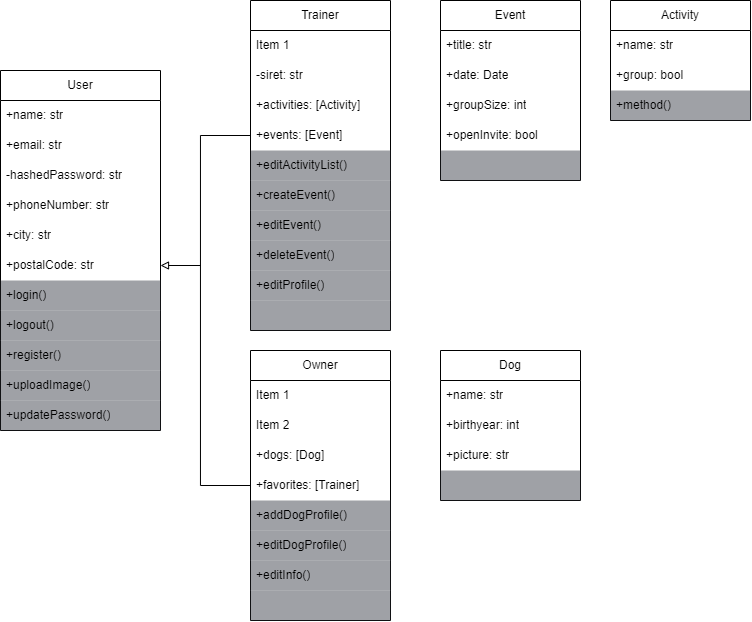
WildCodeSchool/cdajs-2405-projet-la-meute keeps this draw.io diagram as Ressources/UML diagrams/class.png. Above is the earlier version. Source tidied: cells renumbered, new cells last; positions are measured from the earlier drawing's top-left corner, leaving out a move shared by most shapes.
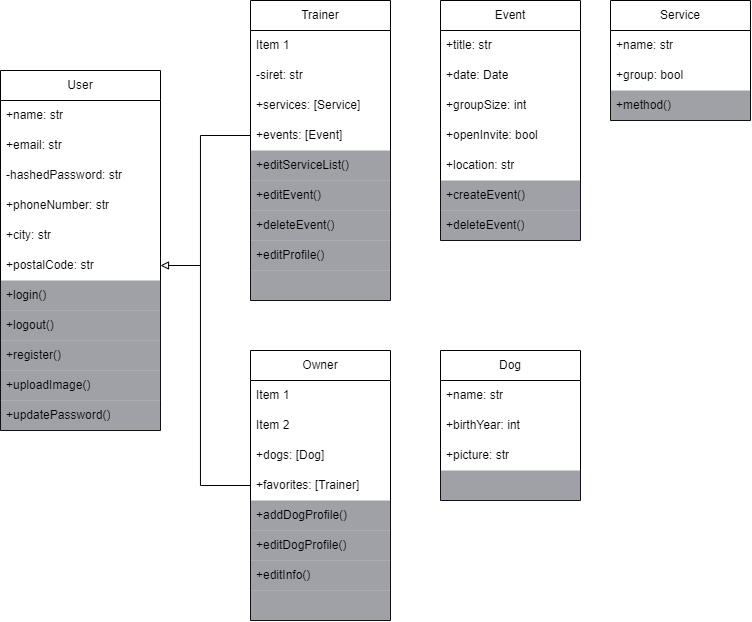
Later version of the same file.

Commit message:
uml class diagram wip

The edit, as a diff of the source:
```diff
@@ -47,7 +47,7 @@
       </mxGeometry>
     </mxCell>
     <mxCell id="15" value="Trainer" style="swimlane;fontStyle=0;horizontal=1;startSize=30;whiteSpace=wrap;html=1;" parent="1" vertex="1">
-      <mxGeometry x="250" width="140" height="330" as="geometry" />
+      <mxGeometry x="250" width="140" height="300" as="geometry" />
     </mxCell>
     <mxCell id="16" value="Item 1" style="text;strokeColor=none;fillColor=none;align=left;verticalAlign=middle;spacingLeft=4;spacingRight=4;overflow=hidden;whiteSpace=wrap;html=1;" parent="15" vertex="1">
       <mxGeometry y="30" width="140" height="30" as="geometry" />
@@ -55,29 +55,26 @@
     <mxCell id="17" value="-siret: str" style="text;strokeColor=none;fillColor=none;align=left;verticalAlign=middle;spacingLeft=4;spacingRight=4;overflow=hidden;whiteSpace=wrap;html=1;" parent="15" vertex="1">
       <mxGeometry y="60" width="140" height="30" as="geometry" />
     </mxCell>
-    <mxCell id="18" value="+activities: [Activity]" style="text;strokeColor=none;fillColor=none;align=left;verticalAlign=middle;spacingLeft=4;spacingRight=4;overflow=hidden;whiteSpace=wrap;html=1;dashed=1;fillStyle=dots;" parent="15" vertex="1">
+    <mxCell id="18" value="+services: [Service]" style="text;strokeColor=none;fillColor=none;align=left;verticalAlign=middle;spacingLeft=4;spacingRight=4;overflow=hidden;whiteSpace=wrap;html=1;dashed=1;fillStyle=dots;" parent="15" vertex="1">
       <mxGeometry y="90" width="140" height="30" as="geometry" />
     </mxCell>
     <mxCell id="19" value="+events: [Event]" style="text;strokeColor=none;fillColor=none;align=left;verticalAlign=middle;spacingLeft=4;spacingRight=4;overflow=hidden;points=[[0,0.5],[1,0.5]];portConstraint=eastwest;whiteSpace=wrap;html=1;" parent="15" vertex="1">
       <mxGeometry y="120" width="140" height="30" as="geometry" />
     </mxCell>
-    <mxCell id="20" value="+editActivityList()" style="text;align=left;verticalAlign=middle;spacingLeft=4;spacingRight=4;overflow=hidden;whiteSpace=wrap;html=1;dashed=1;perimeterSpacing=0;fillColor=#40444D;strokeColor=none;fillStyle=solid;opacity=50;rounded=0;glass=0;shadow=0;" parent="15" vertex="1">
+    <mxCell id="20" value="+editServiceList()" style="text;align=left;verticalAlign=middle;spacingLeft=4;spacingRight=4;overflow=hidden;whiteSpace=wrap;html=1;dashed=1;perimeterSpacing=0;fillColor=#40444D;strokeColor=none;fillStyle=solid;opacity=50;rounded=0;glass=0;shadow=0;" parent="15" vertex="1">
       <mxGeometry y="150" width="140" height="30" as="geometry" />
     </mxCell>
-    <mxCell id="21" value="+createEvent()" style="text;align=left;verticalAlign=middle;spacingLeft=4;spacingRight=4;overflow=hidden;whiteSpace=wrap;html=1;dashed=1;perimeterSpacing=0;fillColor=#40444D;strokeColor=none;fillStyle=solid;opacity=50;rounded=0;glass=0;shadow=0;" parent="15" vertex="1">
-      <mxGeometry y="180" width="140" height="30" as="geometry" />
-    </mxCell>
     <mxCell id="22" value="+editEvent()" style="text;align=left;verticalAlign=middle;spacingLeft=4;spacingRight=4;overflow=hidden;whiteSpace=wrap;html=1;dashed=1;perimeterSpacing=0;fillColor=#40444D;strokeColor=none;fillStyle=solid;opacity=50;rounded=0;glass=0;shadow=0;" parent="15" vertex="1">
-      <mxGeometry y="210" width="140" height="30" as="geometry" />
+      <mxGeometry y="180" width="140" height="30" as="geometry" />
     </mxCell>
     <mxCell id="23" value="+deleteEvent()" style="text;align=left;verticalAlign=middle;spacingLeft=4;spacingRight=4;overflow=hidden;whiteSpace=wrap;html=1;dashed=1;perimeterSpacing=0;fillColor=#40444D;strokeColor=none;fillStyle=solid;opacity=50;rounded=0;glass=0;shadow=0;" parent="15" vertex="1">
-      <mxGeometry y="240" width="140" height="30" as="geometry" />
+      <mxGeometry y="210" width="140" height="30" as="geometry" />
     </mxCell>
     <mxCell id="24" value="+editProfile()" style="text;align=left;verticalAlign=middle;spacingLeft=4;spacingRight=4;overflow=hidden;whiteSpace=wrap;html=1;dashed=1;perimeterSpacing=0;fillColor=#40444D;strokeColor=none;fillStyle=solid;opacity=50;rounded=0;glass=0;shadow=0;" parent="15" vertex="1">
-      <mxGeometry y="270" width="140" height="30" as="geometry" />
+      <mxGeometry y="240" width="140" height="30" as="geometry" />
     </mxCell>
     <mxCell id="25" style="text;align=left;verticalAlign=middle;spacingLeft=4;spacingRight=4;overflow=hidden;whiteSpace=wrap;html=1;dashed=1;perimeterSpacing=0;fillColor=#40444D;strokeColor=none;fillStyle=solid;opacity=50;rounded=0;glass=0;shadow=0;" parent="15" vertex="1">
-      <mxGeometry y="300" width="140" height="30" as="geometry" />
+      <mxGeometry y="270" width="140" height="30" as="geometry" />
     </mxCell>
     <mxCell id="26" value="Owner" style="swimlane;fontStyle=0;horizontal=1;startSize=30;whiteSpace=wrap;html=1;" parent="1" vertex="1">
       <mxGeometry x="250" y="350" width="140" height="270" as="geometry" />
@@ -112,7 +109,7 @@
     <mxCell id="36" value="+name: str" style="text;strokeColor=none;fillColor=none;align=left;verticalAlign=middle;spacingLeft=4;spacingRight=4;overflow=hidden;whiteSpace=wrap;html=1;" parent="35" vertex="1">
       <mxGeometry y="30" width="140" height="30" as="geometry" />
     </mxCell>
-    <mxCell id="37" value="+birthyear: int" style="text;strokeColor=none;fillColor=none;align=left;verticalAlign=middle;spacingLeft=4;spacingRight=4;overflow=hidden;whiteSpace=wrap;html=1;" parent="35" vertex="1">
+    <mxCell id="37" value="+birthYear: int" style="text;strokeColor=none;fillColor=none;align=left;verticalAlign=middle;spacingLeft=4;spacingRight=4;overflow=hidden;whiteSpace=wrap;html=1;" parent="35" vertex="1">
       <mxGeometry y="60" width="140" height="30" as="geometry" />
     </mxCell>
     <mxCell id="38" value="+picture: str" style="text;strokeColor=none;fillColor=none;align=left;verticalAlign=middle;spacingLeft=4;spacingRight=4;overflow=hidden;whiteSpace=wrap;html=1;" parent="35" vertex="1">
@@ -121,7 +118,7 @@
     <mxCell id="39" style="text;align=left;verticalAlign=middle;spacingLeft=4;spacingRight=4;overflow=hidden;whiteSpace=wrap;html=1;dashed=1;perimeterSpacing=0;fillColor=#40444D;strokeColor=none;fillStyle=solid;opacity=50;rounded=0;glass=0;shadow=0;" parent="35" vertex="1">
       <mxGeometry y="120" width="140" height="30" as="geometry" />
     </mxCell>
-    <mxCell id="40" value="Activity" style="swimlane;fontStyle=0;horizontal=1;startSize=30;whiteSpace=wrap;html=1;" parent="1" vertex="1">
+    <mxCell id="40" value="Service" style="swimlane;fontStyle=0;horizontal=1;startSize=30;whiteSpace=wrap;html=1;" parent="1" vertex="1">
       <mxGeometry x="610" width="140" height="120" as="geometry" />
     </mxCell>
     <mxCell id="41" value="+name: str" style="text;strokeColor=none;fillColor=none;align=left;verticalAlign=middle;spacingLeft=4;spacingRight=4;overflow=hidden;whiteSpace=wrap;html=1;" parent="40" vertex="1">
@@ -134,7 +131,7 @@
       <mxGeometry y="90" width="140" height="30" as="geometry" />
     </mxCell>
     <mxCell id="44" value="Event" style="swimlane;fontStyle=0;horizontal=1;startSize=30;whiteSpace=wrap;html=1;" parent="1" vertex="1">
-      <mxGeometry x="440" width="140" height="180" as="geometry" />
+      <mxGeometry x="440" width="140" height="240" as="geometry" />
     </mxCell>
     <mxCell id="45" value="+title: str" style="text;strokeColor=none;fillColor=none;align=left;verticalAlign=middle;spacingLeft=4;spacingRight=4;overflow=hidden;whiteSpace=wrap;html=1;" parent="44" vertex="1">
       <mxGeometry y="30" width="140" height="30" as="geometry" />
@@ -148,8 +145,14 @@
     <mxCell id="48" value="+openInvite: bool" style="text;strokeColor=none;fillColor=none;align=left;verticalAlign=middle;spacingLeft=4;spacingRight=4;overflow=hidden;whiteSpace=wrap;html=1;" parent="44" vertex="1">
       <mxGeometry y="120" width="140" height="30" as="geometry" />
     </mxCell>
+    <mxCell id="51" value="+location: str" style="text;strokeColor=none;fillColor=none;align=left;verticalAlign=middle;spacingLeft=4;spacingRight=4;overflow=hidden;whiteSpace=wrap;html=1;" parent="44" vertex="1">
+      <mxGeometry y="150" width="140" height="30" as="geometry" />
+    </mxCell>
+    <mxCell id="21" value="+createEvent()" style="text;align=left;verticalAlign=middle;spacingLeft=4;spacingRight=4;overflow=hidden;whiteSpace=wrap;html=1;dashed=1;perimeterSpacing=0;fillColor=#40444D;strokeColor=none;fillStyle=solid;opacity=50;rounded=0;glass=0;shadow=0;" parent="44" vertex="1">
+      <mxGeometry y="180" width="140" height="30" as="geometry" />
+    </mxCell>
-    <mxCell id="49" style="text;align=left;verticalAlign=middle;spacingLeft=4;spacingRight=4;overflow=hidden;whiteSpace=wrap;html=1;dashed=1;perimeterSpacing=0;fillColor=#40444D;strokeColor=none;fillStyle=solid;opacity=50;rounded=0;glass=0;shadow=0;" parent="44" vertex="1">
-      <mxGeometry y="150" width="140" height="30" as="geometry" />
+    <mxCell id="49" value="+deleteEvent()" style="text;align=left;verticalAlign=middle;spacingLeft=4;spacingRight=4;overflow=hidden;whiteSpace=wrap;html=1;dashed=1;perimeterSpacing=0;fillColor=#40444D;strokeColor=none;fillStyle=solid;opacity=50;rounded=0;glass=0;shadow=0;" parent="44" vertex="1">
+      <mxGeometry y="210" width="140" height="30" as="geometry" />
     </mxCell>
     <mxCell id="50" style="endArrow=none;startArrow=block;html=1;rounded=0;exitX=1;exitY=0.5;exitDx=0;exitDy=0;startFill=0;endFill=0;" parent="1" edge="1" source="8">
       <mxGeometry relative="1" as="geometry">
```
